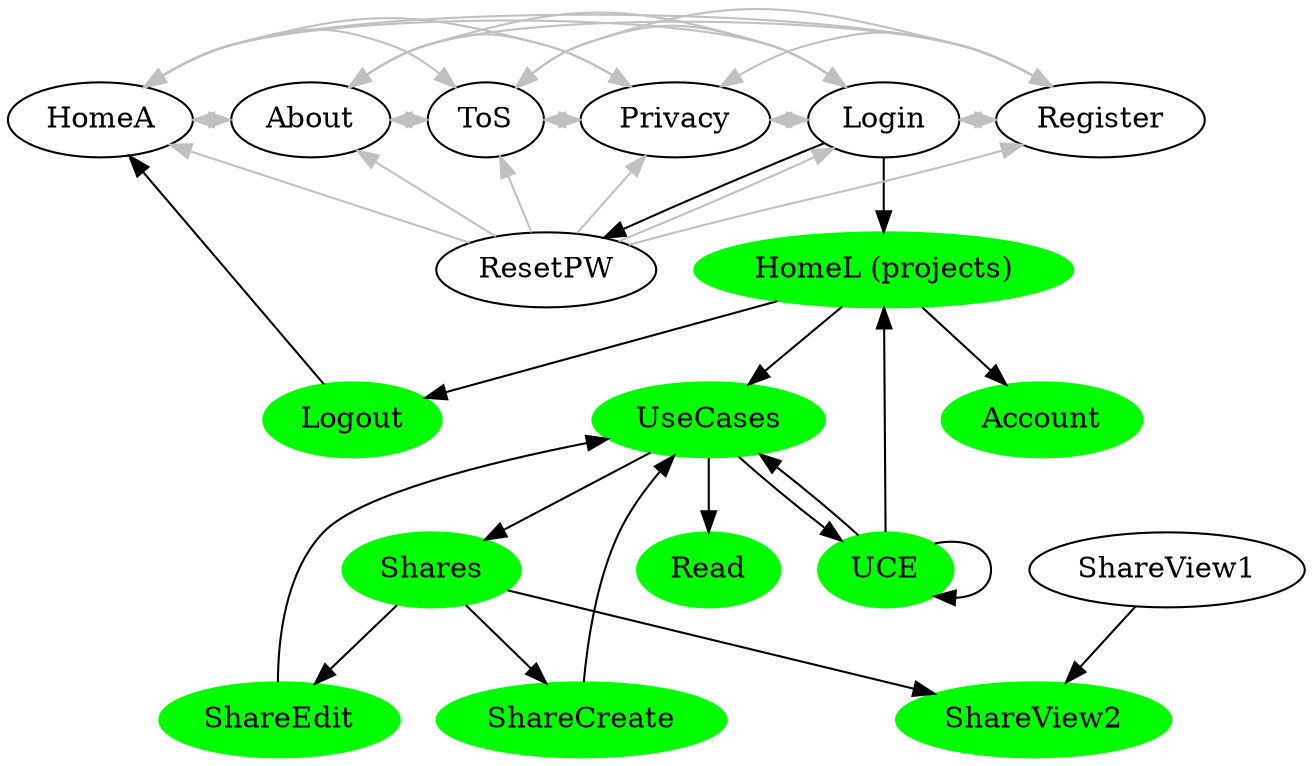
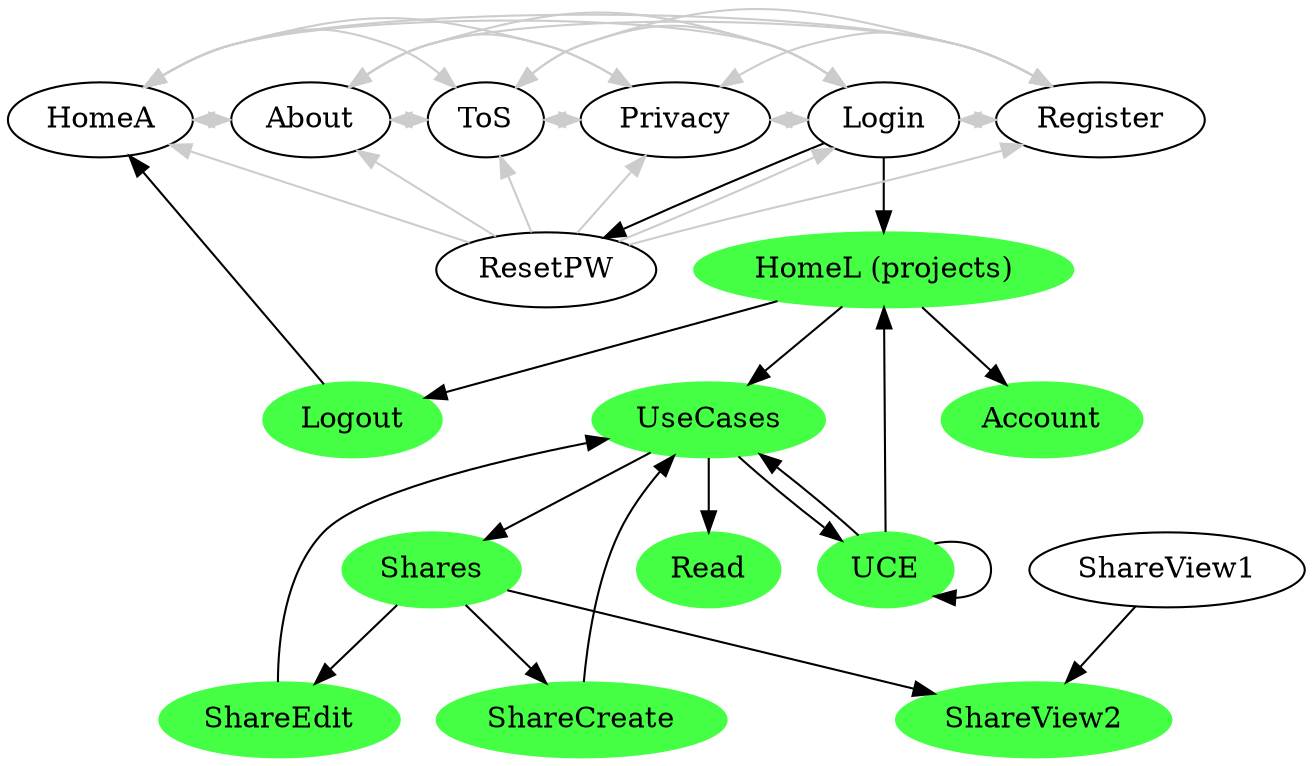
digraph G {

- { edge[dir=both,color=grey]
+ { edge[dir=both,color="#cccccc"]
  rank=same;
  HomeA -> {About; ToS; Privacy; Login; Register}
  About -> {ToS; Privacy; Login; Register}
  ToS -> {Privacy; Login; Register}
  Privacy -> {Login; Register}
  Login -> {Register}
  Register
}

ShareView1
Login -> ResetPW
- ResetPW -> {HomeA; About; ToS; Privacy; Login; Register} [color=grey]
+ ResetPW -> {HomeA; About; ToS; Privacy; Login; Register} [color="#cccccc"]
// Register2 -> {HomeA; About; ToS; Privacy; Login; Register} [color=grey]

- node [style=filled,color=green]
+ node [style=filled,color="#44ff44"]
HomeL [label="HomeL (projects)"]
Login -> HomeL
// Register2 -> HomeL
Logout -> HomeA

HomeL -> {Logout; UseCases; Account}
UseCases -> {UCE; Read}
UseCases -> {Shares}
UCE -> {UCE; UseCases; HomeL}
Shares -> {ShareCreate; ShareEdit; ShareView2}
{ShareCreate; ShareEdit} -> UseCases
ShareView1 -> ShareView2

}
